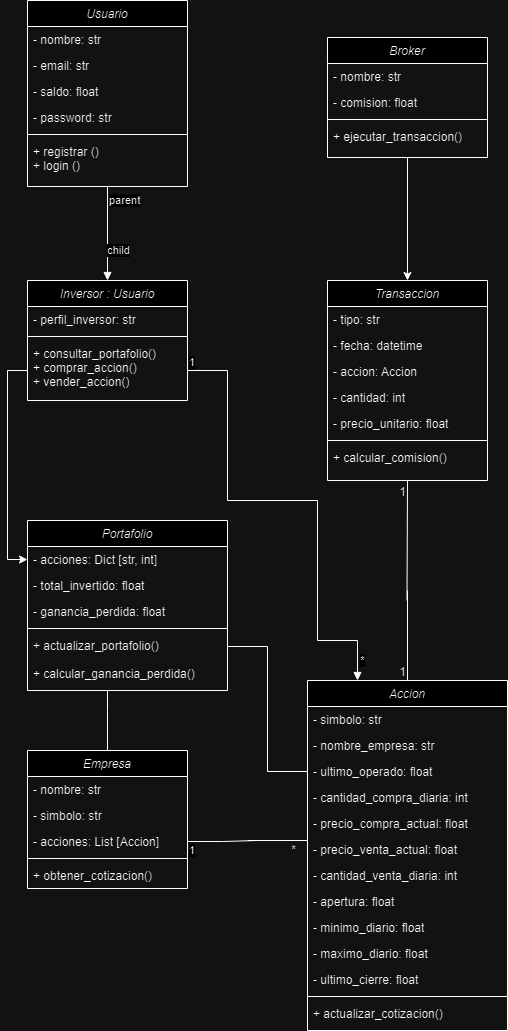
ISPC-Brokers/ISPC-Brokers keeps this draw.io diagram as Programación/Diagrama de Clases.drawio (1).png. Above is the earlier version. Source tidied: cells renumbered, new cells last; positions are measured from the earlier drawing's top-left corner, leaving out a move shared by most shapes.
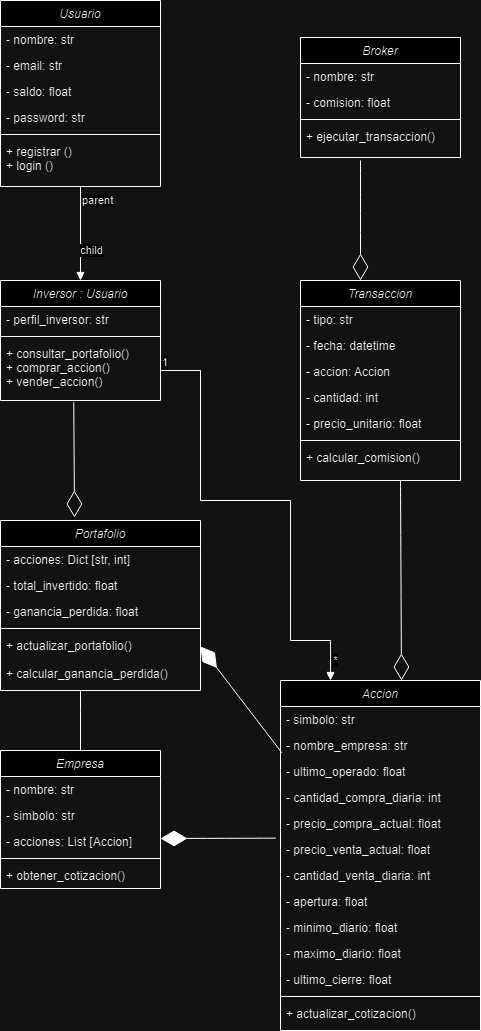
The same file after the commit.

Commit message:
update/Diagrama_de_Clases

What changed in the source:
```diff
@@ -59,9 +59,6 @@
     <mxCell id="20" value="+ consultar_portafolio()&#10;+ comprar_accion()&#10;+ vender_accion()" style="text;align=left;verticalAlign=top;spacingLeft=4;spacingRight=4;overflow=hidden;points=[[0,0.5],[1,0.5]];portConstraint=eastwest;" parent="17" vertex="1">
       <mxGeometry y="60" width="160" height="60" as="geometry" />
     </mxCell>
-    <mxCell id="21" style="edgeStyle=orthogonalEdgeStyle;rounded=0;jettySize=auto;html=1;exitX=0.5;exitY=1;exitDx=0;exitDy=0;" parent="1" edge="1" source="22" target="9">
-      <mxGeometry relative="1" as="geometry" />
-    </mxCell>
     <mxCell id="22" value="Broker" style="swimlane;fontStyle=2;align=center;verticalAlign=top;horizontal=1;startSize=26;rounded=0;shadow=0;strokeWidth=1;" parent="1" vertex="1">
       <mxGeometry x="300" y="37" width="160" height="120" as="geometry" />
     </mxCell>
@@ -158,27 +155,6 @@
     <mxCell id="53" value="+ obtener_cotizacion()" style="text;align=left;verticalAlign=top;spacingLeft=4;spacingRight=4;overflow=hidden;" parent="48" vertex="1">
       <mxGeometry y="112" width="160" height="26" as="geometry" />
     </mxCell>
-    <mxCell id="54" style="edgeStyle=orthogonalEdgeStyle;rounded=0;jettySize=auto;html=1;exitX=0;exitY=0.5;exitDx=0;exitDy=0;entryX=0;entryY=0.5;entryDx=0;entryDy=0;" parent="1" edge="1" source="20" target="28">
-      <mxGeometry relative="1" as="geometry" />
-    </mxCell>
-    <mxCell id="55" style="endArrow=none;html=1;rounded=0;entryX=0.5;entryY=1;entryDx=0;entryDy=0;" parent="1" edge="1" target="9">
-      <mxGeometry relative="1" as="geometry">
-        <mxPoint x="379.5" y="600" as="sourcePoint" />
-      </mxGeometry>
-    </mxCell>
-    <mxCell id="56" value="1" style="html=1;whiteSpace=wrap;align=right;verticalAlign=bottom;" parent="55" vertex="1">
-      <mxGeometry x="1" relative="1" as="geometry">
-        <mxPoint y="20" as="offset" />
-      </mxGeometry>
-    </mxCell>
-    <mxCell id="57" style="endArrow=none;html=1;rounded=0;entryX=0.5;entryY=0;entryDx=0;entryDy=0;" parent="1" edge="1" target="34">
-      <mxGeometry relative="1" as="geometry">
-        <mxPoint x="380" y="590" as="sourcePoint" />
-      </mxGeometry>
-    </mxCell>
-    <mxCell id="58" value="1" style="html=1;whiteSpace=wrap;align=right;verticalAlign=bottom;" parent="57" vertex="1">
-      <mxGeometry x="1" relative="1" as="geometry" />
-    </mxCell>
     <mxCell id="59" style="endArrow=block;endFill=1;html=1;edgeStyle=orthogonalEdgeStyle;align=left;verticalAlign=top;rounded=0;exitX=1;exitY=0.5;exitDx=0;exitDy=0;entryX=0.25;entryY=0;entryDx=0;entryDy=0;" parent="1" edge="1" source="20" target="34">
       <mxGeometry x="-1" relative="1" as="geometry">
         <Array as="points">
@@ -196,17 +172,6 @@
     <mxCell id="61" value="*" style="edgeLabel;html=1;align=center;verticalAlign=middle;" parent="59" vertex="1">
       <mxGeometry x="0.91" y="4" relative="1" as="geometry" />
     </mxCell>
-    <mxCell id="62" style="endArrow=none;html=1;rounded=0;" parent="1" edge="1">
-      <mxGeometry relative="1" as="geometry">
-        <mxPoint x="220" y="840" as="sourcePoint" />
-        <mxPoint x="280" y="840" as="targetPoint" />
-      </mxGeometry>
-    </mxCell>
-    <mxCell id="63" value="*" style="html=1;whiteSpace=wrap;align=right;verticalAlign=bottom;" parent="62" vertex="1">
-      <mxGeometry x="1" relative="1" as="geometry">
-        <mxPoint x="-10" y="18" as="offset" />
-      </mxGeometry>
-    </mxCell>
     <mxCell id="64" value="parent" style="endArrow=block;endFill=1;html=1;edgeStyle=orthogonalEdgeStyle;align=left;verticalAlign=top;rounded=0;exitX=0.5;exitY=1.014;exitDx=0;exitDy=0;exitPerimeter=0;" parent="1" edge="1" source="8" target="17">
       <mxGeometry x="-1" relative="1" as="geometry" />
     </mxCell>
@@ -223,18 +188,28 @@
         </Array>
       </mxGeometry>
     </mxCell>
-    <mxCell id="67" style="endArrow=none;html=1;edgeStyle=orthogonalEdgeStyle;rounded=0;exitX=1;exitY=0.5;exitDx=0;exitDy=0;entryX=0;entryY=0.5;entryDx=0;entryDy=0;" parent="1" edge="1" source="32" target="37">
-      <mxGeometry relative="1" as="geometry" />
-    </mxCell>
-    <mxCell id="68" style="endArrow=none;html=1;edgeStyle=orthogonalEdgeStyle;rounded=0;exitX=1;exitY=0.5;exitDx=0;exitDy=0;" parent="1" edge="1" source="51">
-      <mxGeometry relative="1" as="geometry">
-        <mxPoint x="230" y="840" as="targetPoint" />
-      </mxGeometry>
-    </mxCell>
-    <mxCell id="69" value="1" style="edgeLabel;html=1;align=left;verticalAlign=bottom;" parent="68" vertex="1">
-      <mxGeometry x="-1" relative="1" as="geometry">
-        <mxPoint y="17" as="offset" />
-      </mxGeometry>
-    </mxCell>
+    <mxCell id="70" style="endArrow=diamondThin;endFill=1;endSize=24;html=1;rounded=0;fontSize=12;curved=1;exitX=0.007;exitY=0.782;exitDx=0;exitDy=0;exitPerimeter=0;entryX=1;entryY=0.5;entryDx=0;entryDy=0;" parent="1" edge="1" source="36" target="32">
+      <mxGeometry relative="1" as="geometry" />
+    </mxCell>
+    <mxCell id="71" style="endArrow=diamondThin;endFill=1;endSize=24;html=1;rounded=0;fontSize=12;curved=1;exitX=-0.023;exitY=0.064;exitDx=0;exitDy=0;exitPerimeter=0;" parent="1" edge="1" source="40">
+      <mxGeometry relative="1" as="geometry">
+        <mxPoint x="160" y="838" as="targetPoint" />
+      </mxGeometry>
+    </mxCell>
+    <mxCell id="72" style="endArrow=diamondThin;endFill=0;endSize=24;html=1;rounded=0;fontSize=12;curved=1;exitX=0.458;exitY=1.028;exitDx=0;exitDy=0;exitPerimeter=0;entryX=0.37;entryY=-0.018;entryDx=0;entryDy=0;entryPerimeter=0;" parent="1" edge="1" source="20" target="27">
+      <mxGeometry relative="1" as="geometry" />
+    </mxCell>
+    <mxCell id="73" style="endArrow=diamondThin;endFill=0;endSize=24;html=1;rounded=0;fontSize=12;curved=1;" parent="1" edge="1">
+      <mxGeometry relative="1" as="geometry">
+        <mxPoint x="400" y="480" as="sourcePoint" />
+        <mxPoint x="401" y="680" as="targetPoint" />
+      </mxGeometry>
+    </mxCell>
+    <mxCell id="74" style="endArrow=diamondThin;endFill=0;endSize=24;html=1;rounded=0;fontSize=12;curved=1;" parent="1" edge="1">
+      <mxGeometry relative="1" as="geometry">
+        <mxPoint x="360" y="160" as="sourcePoint" />
+        <mxPoint x="360" y="280" as="targetPoint" />
+      </mxGeometry>
+    </mxCell>
   </root>
 </mxGraphModel>
```
